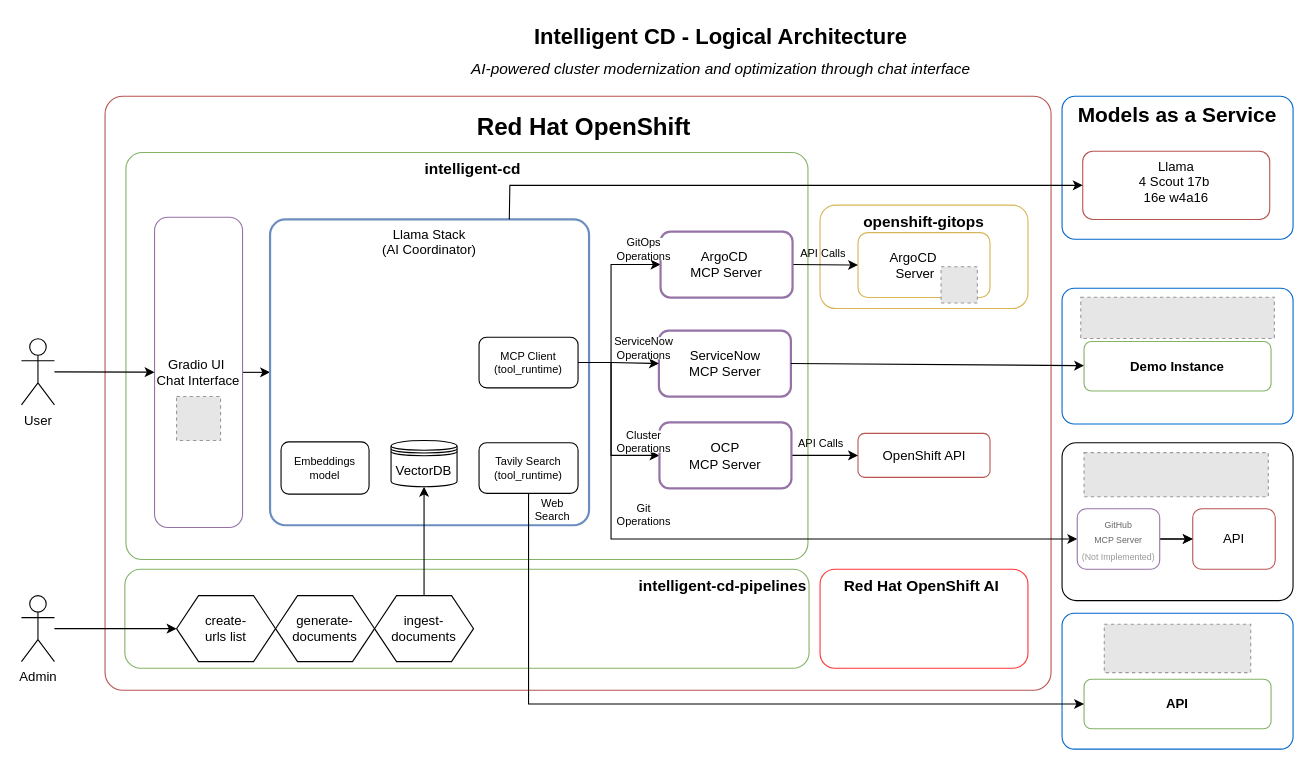
Before: architecture.drawio in alpha-hack-program/intelligent-cd-iberia, a draw.io diagram. Source tidied: cells renumbered, new cells numbered last; positions are measured from the earlier drawing's top-left corner, leaving out a move shared by most shapes. Both pictures are drawn from the tidied source at 110%, with x=0, y=0 at pixel (21, 19). Pictures stored in the file or linked from it are replaced by grey dashed boxes.
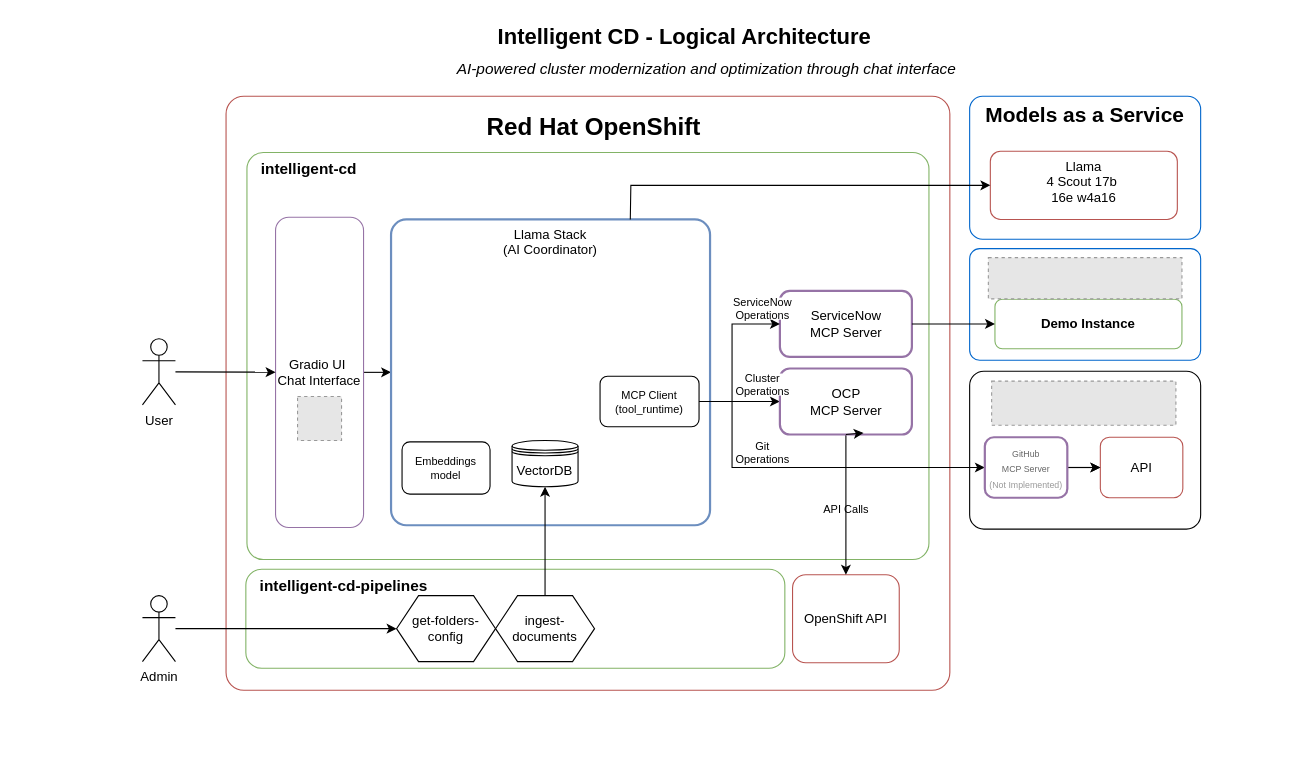
The same diagram, later.

Commit message (it also covers changes not shown here):
🎨 Simplify architecture for Demo delivery

What changed in the source:
```diff
@@
     <mxCell id="2" style="rounded=1;whiteSpace=wrap;html=1;fontSize=22;fontStyle=1;arcSize=9;verticalAlign=top;" parent="1" vertex="1">
-      <mxGeometry x="946" y="385" width="210" height="143.5" as="geometry" />
+      <mxGeometry x="862" y="320" width="210" height="143.5" as="geometry" />
     </mxCell>
     <mxCell id="3" value="Red Hat OpenShift" style="rounded=1;whiteSpace=wrap;html=1;fillColor=#ffffff;strokeColor=#b85450;fontSize=22;fontStyle=1;align=center;verticalAlign=top;spacingLeft=11;spacingTop=9;arcSize=3;" parent="1" vertex="1">
-      <mxGeometry x="76" y="70" width="860" height="540" as="geometry" />
+      <mxGeometry x="186" y="70" width="658" height="540" as="geometry" />
     </mxCell>
-    <mxCell id="4" value="intelligent-cd" style="rounded=1;whiteSpace=wrap;html=1;fillColor=#ffffff;strokeColor=#82b366;fontSize=14;fontStyle=1;align=center;verticalAlign=top;spacingLeft=11;arcSize=4;" parent="1" vertex="1">
-      <mxGeometry x="95" y="121.2" width="620" height="370" as="geometry" />
+    <mxCell id="4" value="intelligent-cd" style="rounded=1;whiteSpace=wrap;html=1;fillColor=#ffffff;strokeColor=#82b366;fontSize=14;fontStyle=1;align=left;verticalAlign=top;spacingLeft=11;arcSize=4;" parent="1" vertex="1">
+      <mxGeometry x="205" y="121.2" width="620" height="370" as="geometry" />
     </mxCell>
-    <mxCell id="5" value="openshift-gitops" style="rounded=1;whiteSpace=wrap;html=1;fillColor=#ffffff;strokeColor=#d6b656;fontSize=14;fontStyle=1;verticalAlign=top;" parent="1" vertex="1">
-      <mxGeometry x="726" y="169" width="189" height="94" as="geometry" />
-    </mxCell>
     <mxCell id="6" value="Models as a Service" style="rounded=1;whiteSpace=wrap;html=1;fillColor=#ffffff;strokeColor=#0066CC;fontSize=19;fontStyle=1;arcSize=9;verticalAlign=top;" parent="1" vertex="1">
-      <mxGeometry x="946" y="70" width="210" height="130" as="geometry" />
+      <mxGeometry x="862" y="70" width="210" height="130" as="geometry" />
     </mxCell>
@@
     <mxCell id="8" value="Gradio UI&amp;nbsp;&lt;div&gt;&lt;span style=&quot;background-color: transparent;&quot;&gt;Chat Interface&lt;/span&gt;&lt;/div&gt;" style="rounded=1;whiteSpace=wrap;html=1;fillColor=#ffffff;strokeColor=#9673a6;fontSize=12;" parent="1" vertex="1">
-      <mxGeometry x="121" y="180" width="80" height="282" as="geometry" />
+      <mxGeometry x="231" y="180" width="80" height="282" as="geometry" />
     </mxCell>
     <mxCell id="9" style="edgeStyle=elbowEdgeStyle;html=1;exitX=1;exitY=0.5;exitDx=0;exitDy=0;entryX=0;entryY=0.5;entryDx=0;entryDy=0;jumpStyle=line;rounded=0;curved=0;" parent="1" edge="1" source="50" target="26">
       <mxGeometry relative="1" as="geometry">
         <Array as="points">
-          <mxPoint x="536" y="420" />
+          <mxPoint x="646" y="420" />
         </Array>
       </mxGeometry>
     </mxCell>
     <mxCell id="10" value="Llama Stack&#10;(AI Coordinator)" style="rounded=1;whiteSpace=wrap;html=1;fillColor=light-dark(#FFFFFF,#3399FF);strokeColor=#6c8ebf;fontSize=12;verticalAlign=top;fillStyle=auto;gradientColor=none;strokeWidth=2;arcSize=5;" parent="1" vertex="1">
-      <mxGeometry x="226" y="182" width="290" height="278" as="geometry" />
+      <mxGeometry x="336" y="182" width="290" height="278" as="geometry" />
     </mxCell>
-    <mxCell id="11" value="ArgoCD&amp;nbsp; &amp;nbsp; &amp;nbsp;&amp;nbsp;&lt;div&gt;Server&amp;nbsp; &amp;nbsp; &amp;nbsp;&lt;/div&gt;" style="rounded=1;whiteSpace=wrap;html=1;fillColor=#ffffff;strokeColor=#d6b656;fontSize=12;" parent="1" vertex="1">
-      <mxGeometry x="760.5" y="194" width="120" height="59" as="geometry" />
-    </mxCell>
     <mxCell id="12" value="API" style="rounded=1;whiteSpace=wrap;html=1;fillColor=#ffffff;strokeColor=#b85450;fontSize=12;" parent="1" vertex="1">
-      <mxGeometry x="1064.8" y="445" width="75" height="55" as="geometry" />
+      <mxGeometry x="980.8" y="380" width="75" height="55" as="geometry" />
     </mxCell>
     <mxCell id="13" value="OpenShift API" style="rounded=1;whiteSpace=wrap;html=1;fillColor=#ffffff;strokeColor=#b85450;fontSize=12;" parent="1" vertex="1">
-      <mxGeometry x="760.5" y="376.5" width="120" height="40" as="geometry" />
+      <mxGeometry x="701" y="505" width="97" height="80" as="geometry" />
     </mxCell>
-    <mxCell id="14" style="endArrow=classic;html=1;rounded=0;exitX=1;exitY=0.5;exitDx=0;exitDy=0;entryX=0;entryY=0.5;entryDx=0;entryDy=0;edgeStyle=elbowEdgeStyle;" parent="1" edge="1" source="50" target="21">
-      <mxGeometry relative="1" as="geometry">
-        <Array as="points">
-          <mxPoint x="536" y="300" />
-        </Array>
-      </mxGeometry>
-    </mxCell>
@@
-    <mxCell id="16" style="endArrow=classic;html=1;rounded=0;exitX=1;exitY=0.5;exitDx=0;exitDy=0;entryX=0;entryY=0.5;entryDx=0;entryDy=0;" parent="1" edge="1" source="29" target="13">
+    <mxCell id="16" style="endArrow=classic;html=1;rounded=0;exitX=0.5;exitY=1;exitDx=0;exitDy=0;entryX=0.5;entryY=0;entryDx=0;entryDy=0;" parent="1" edge="1" source="29" target="13">
       <mxGeometry relative="1" as="geometry" />
     </mxCell>
     <mxCell id="17" value="API Calls" style="text;html=1;strokeColor=none;fillColor=none;align=center;verticalAlign=middle;whiteSpace=wrap;rounded=0;fontSize=10;" parent="1" vertex="1">
-      <mxGeometry x="686.5" y="375" width="80" height="20" as="geometry" />
+      <mxGeometry x="709.5" y="435" width="80" height="20" as="geometry" />
     </mxCell>
     <mxCell id="18" value="Intelligent CD - Logical Architecture" style="text;html=1;strokeColor=none;fillColor=none;align=center;verticalAlign=middle;whiteSpace=wrap;rounded=0;fontSize=20;fontStyle=1;" parent="1" vertex="1">
-      <mxGeometry x="436" width="400" height="30" as="geometry" />
+      <mxGeometry x="403" width="400" height="30" as="geometry" />
     </mxCell>
     <mxCell id="19" value="AI-powered cluster modernization and optimization through chat interface" style="text;html=1;strokeColor=none;fillColor=none;align=center;verticalAlign=middle;whiteSpace=wrap;rounded=0;fontSize=14;fontStyle=2;" parent="1" vertex="1">
-      <mxGeometry x="336" y="30" width="600" height="30" as="geometry" />
+      <mxGeometry x="322.8" y="30" width="600" height="30" as="geometry" />
     </mxCell>
-    <mxCell id="20" style="edgeStyle=none;html=1;exitX=1;exitY=0.5;exitDx=0;exitDy=0;entryX=0;entryY=0.5;entryDx=0;entryDy=0;" parent="1" edge="1" source="21" target="11">
-      <mxGeometry relative="1" as="geometry" />
-    </mxCell>
-    <mxCell id="21" value="&lt;span style=&quot;color: rgb(0, 0, 0);&quot;&gt;ArgoCD&amp;nbsp;&lt;/span&gt;&lt;div&gt;&lt;span style=&quot;color: rgb(0, 0, 0);&quot;&gt;MCP Server&lt;/span&gt;&lt;/div&gt;" style="rounded=1;whiteSpace=wrap;html=1;fillColor=#ffffff;strokeColor=#9673a6;fontSize=12;strokeWidth=2;" parent="1" vertex="1">
-      <mxGeometry x="581" y="193" width="120" height="60" as="geometry" />
-    </mxCell>
-    <mxCell id="22" value="API Calls" style="text;html=1;strokeColor=none;fillColor=none;align=center;verticalAlign=middle;whiteSpace=wrap;rounded=0;fontSize=10;" parent="1" vertex="1">
-      <mxGeometry x="688.5" y="203" width="80" height="20" as="geometry" />
-    </mxCell>
@@
     <mxCell id="24" value="User" style="shape=umlActor;verticalLabelPosition=bottom;verticalAlign=top;html=1;outlineConnect=0;" parent="1" vertex="1">
-      <mxGeometry y="290.5" width="30" height="60" as="geometry" />
+      <mxGeometry x="110" y="290.5" width="30" height="60" as="geometry" />
     </mxCell>
@@
-    <mxCell id="26" value="&lt;div&gt;&lt;span style=&quot;color: rgb(102, 102, 102);&quot;&gt;&lt;font style=&quot;font-size: 8px;&quot;&gt;GitHub&lt;/font&gt;&lt;/span&gt;&lt;div&gt;&lt;span style=&quot;color: rgb(102, 102, 102);&quot;&gt;&lt;font style=&quot;font-size: 8px;&quot;&gt;MCP Server&lt;/font&gt;&lt;/span&gt;&lt;/div&gt;&lt;div&gt;&lt;span style=&quot;color: rgb(153, 153, 153);&quot;&gt;&lt;font style=&quot;font-size: 8px;&quot;&gt;(Not Implemented)&lt;/font&gt;&lt;/span&gt;&lt;/div&gt;&lt;/div&gt;" style="rounded=1;whiteSpace=wrap;html=1;fontSize=12;fillColor=#FFFFFF;strokeColor=#9673a6;" parent="1" vertex="1">
-      <mxGeometry x="959.8" y="445" width="75" height="55" as="geometry" />
+    <mxCell id="26" value="&lt;div&gt;&lt;span style=&quot;color: rgb(102, 102, 102);&quot;&gt;&lt;font style=&quot;font-size: 8px;&quot;&gt;GitHub&lt;/font&gt;&lt;/span&gt;&lt;div&gt;&lt;span style=&quot;color: rgb(102, 102, 102);&quot;&gt;&lt;font style=&quot;font-size: 8px;&quot;&gt;MCP Server&lt;/font&gt;&lt;/span&gt;&lt;/div&gt;&lt;div&gt;&lt;span style=&quot;color: rgb(153, 153, 153);&quot;&gt;&lt;font style=&quot;font-size: 8px;&quot;&gt;(Not Implemented)&lt;/font&gt;&lt;/span&gt;&lt;/div&gt;&lt;/div&gt;" style="rounded=1;whiteSpace=wrap;html=1;fontSize=12;fillColor=#FFFFFF;strokeColor=#9673a6;strokeWidth=2;" parent="1" vertex="1">
+      <mxGeometry x="875.8" y="380" width="75" height="55" as="geometry" />
     </mxCell>
     <mxCell id="27" value="VectorDB" style="shape=datastore;whiteSpace=wrap;html=1;" parent="1" vertex="1">
-      <mxGeometry x="336" y="383" width="60" height="42" as="geometry" />
+      <mxGeometry x="446" y="383" width="60" height="42" as="geometry" />
     </mxCell>
     <mxCell id="28" style="edgeStyle=elbowEdgeStyle;html=1;exitX=1;exitY=0.5;exitDx=0;exitDy=0;entryX=0;entryY=0.5;entryDx=0;entryDy=0;rounded=0;curved=0;" parent="1" edge="1" source="50" target="29">
       <mxGeometry relative="1" as="geometry">
         <Array as="points">
-          <mxPoint x="536" y="370" />
+          <mxPoint x="646" y="370" />
         </Array>
       </mxGeometry>
     </mxCell>
     <mxCell id="29" value="&lt;div&gt;&lt;span style=&quot;color: rgb(0, 0, 0);&quot;&gt;OCP&lt;/span&gt;&lt;/div&gt;&lt;div&gt;&lt;span style=&quot;color: rgb(0, 0, 0);&quot;&gt;MCP Server&lt;/span&gt;&lt;/div&gt;" style="rounded=1;whiteSpace=wrap;html=1;fillColor=#ffffff;strokeColor=#9673a6;fontSize=12;strokeWidth=2;" parent="1" vertex="1">
-      <mxGeometry x="580" y="366.5" width="120" height="60" as="geometry" />
+      <mxGeometry x="689.5" y="317.5" width="120" height="60" as="geometry" />
     </mxCell>
     <mxCell id="30" value="&lt;div style=&quot;&quot;&gt;&lt;span style=&quot;background-color: transparent;&quot;&gt;Llama&lt;/span&gt;&lt;/div&gt;&lt;div style=&quot;&quot;&gt;&lt;span style=&quot;background-color: transparent;&quot;&gt;4 Scout 17b&amp;nbsp;&lt;/span&gt;&lt;/div&gt;&lt;div style=&quot;&quot;&gt;&lt;span style=&quot;background-color: transparent;&quot;&gt;16e w4a16&lt;/span&gt;&lt;/div&gt;" style="rounded=1;whiteSpace=wrap;html=1;fillColor=#ffffff;strokeColor=#b85450;fontSize=12;align=center;verticalAlign=top;" parent="1" vertex="1">
-      <mxGeometry x="964.8" y="120" width="170" height="62" as="geometry" />
+      <mxGeometry x="880.8" y="120" width="170" height="62" as="geometry" />
     </mxCell>
     <mxCell id="31" style="endArrow=classic;html=1;rounded=0;exitX=0.75;exitY=0;exitDx=0;exitDy=0;entryX=0;entryY=0.5;entryDx=0;entryDy=0;edgeStyle=elbowEdgeStyle;" parent="1" edge="1" source="10" target="30">
       <mxGeometry relative="1" as="geometry">
         <Array as="points">
-          <mxPoint x="444" y="170" />
+          <mxPoint x="554" y="170" />
         </Array>
       </mxGeometry>
     </mxCell>
     <mxCell id="32" value="Admin" style="shape=umlActor;verticalLabelPosition=bottom;verticalAlign=top;html=1;outlineConnect=0;" parent="1" vertex="1">
-      <mxGeometry y="524" width="30" height="60" as="geometry" />
+      <mxGeometry x="110" y="524" width="30" height="60" as="geometry" />
     </mxCell>
-    <mxCell id="33" value="&lt;span style=&quot;color: rgb(0, 0, 0);&quot;&gt;Red Hat OpenShift AI&amp;nbsp;&lt;/span&gt;" style="rounded=1;whiteSpace=wrap;html=1;fillColor=none;strokeColor=#FF3333;fontSize=14;fontStyle=1;verticalAlign=top;" parent="1" vertex="1">
-      <mxGeometry x="726" y="500" width="189" height="90" as="geometry" />
-    </mxCell>
-    <mxCell id="34" value="intelligent-cd-pipelines" style="rounded=1;whiteSpace=wrap;html=1;fillColor=#ffffff;strokeColor=#82b366;fontSize=14;fontStyle=1;align=right;verticalAlign=top;spacingLeft=11;arcSize=16;" parent="1" vertex="1">
-      <mxGeometry x="94" y="500" width="622" height="90" as="geometry" />
+    <mxCell id="34" value="intelligent-cd-pipelines" style="rounded=1;whiteSpace=wrap;html=1;fillColor=#ffffff;strokeColor=#82b366;fontSize=14;fontStyle=1;align=left;verticalAlign=top;spacingLeft=11;arcSize=16;" parent="1" vertex="1">
+      <mxGeometry x="204" y="500" width="490" height="90" as="geometry" />
     </mxCell>
-    <mxCell id="35" style="edgeStyle=none;html=1;entryX=0;entryY=0.5;entryDx=0;entryDy=0;" parent="1" edge="1" source="32" target="37">
+    <mxCell id="35" style="edgeStyle=none;html=1;entryX=0;entryY=0.5;entryDx=0;entryDy=0;" parent="1" edge="1" source="32" target="38">
       <mxGeometry relative="1" as="geometry" />
     </mxCell>
@@
-    <mxCell id="37" value="create-&lt;div&gt;urls&amp;nbsp;&lt;span style=&quot;background-color: transparent;&quot;&gt;list&lt;/span&gt;&lt;/div&gt;" style="shape=hexagon;perimeter=hexagonPerimeter2;whiteSpace=wrap;html=1;fixedSize=1;" parent="1" vertex="1">
-      <mxGeometry x="141" y="524" width="90" height="60" as="geometry" />
-    </mxCell>
-    <mxCell id="38" value="generate-&lt;div&gt;documents&lt;/div&gt;" style="shape=hexagon;perimeter=hexagonPerimeter2;whiteSpace=wrap;html=1;fixedSize=1;" parent="1" vertex="1">
-      <mxGeometry x="231" y="524" width="90" height="60" as="geometry" />
+    <mxCell id="38" value="get-folders-&lt;div&gt;config&lt;/div&gt;" style="shape=hexagon;perimeter=hexagonPerimeter2;whiteSpace=wrap;html=1;fixedSize=1;" parent="1" vertex="1">
+      <mxGeometry x="341" y="524" width="90" height="60" as="geometry" />
     </mxCell>
     <mxCell id="39" value="ingest-&lt;div&gt;documents&lt;/div&gt;" style="shape=hexagon;perimeter=hexagonPerimeter2;whiteSpace=wrap;html=1;fixedSize=1;" parent="1" vertex="1">
-      <mxGeometry x="321" y="524" width="90" height="60" as="geometry" />
+      <mxGeometry x="431" y="524" width="90" height="60" as="geometry" />
     </mxCell>
     <mxCell id="40" value="&lt;div&gt;Embeddings&lt;/div&gt;&lt;div&gt;model&lt;/div&gt;" style="rounded=1;whiteSpace=wrap;html=1;fillColor=#ffffff;strokeColor=#000000;fontSize=10;align=center;verticalAlign=middle;" parent="1" vertex="1">
-      <mxGeometry x="236" y="384.2" width="80" height="47.5" as="geometry" />
+      <mxGeometry x="346" y="384.2" width="80" height="47.5" as="geometry" />
     </mxCell>
     <mxCell id="41" style="rounded=1;whiteSpace=wrap;html=1;fillColor=#ffffff;strokeColor=#0066CC;fontSize=22;fontStyle=1;arcSize=9;verticalAlign=top;" parent="1" vertex="1">
-      <mxGeometry x="946" y="244.5" width="210" height="123.5" as="geometry" />
+      <mxGeometry x="862" y="208.5" width="210" height="101.5" as="geometry" />
     </mxCell>
     <mxCell id="42" value="&lt;div style=&quot;&quot;&gt;Demo Instance&lt;br&gt;&lt;/div&gt;" style="rounded=1;whiteSpace=wrap;html=1;fillColor=none;strokeColor=#82b366;fontSize=12;align=center;verticalAlign=middle;fontStyle=1;fontFamily=Helvetica;" parent="1" vertex="1">
-      <mxGeometry x="966" y="293" width="170" height="45" as="geometry" />
+      <mxGeometry x="885" y="254.5" width="170" height="45" as="geometry" />
     </mxCell>
     <mxCell id="43" value="&lt;div&gt;&lt;span style=&quot;color: rgb(0, 0, 0);&quot;&gt;ServiceNow&lt;/span&gt;&lt;/div&gt;&lt;div&gt;&lt;span style=&quot;color: rgb(0, 0, 0);&quot;&gt;MCP Server&lt;br&gt;&lt;/span&gt;&lt;/div&gt;" style="rounded=1;whiteSpace=wrap;html=1;fillColor=none;strokeColor=#9673a6;fontSize=12;align=center;verticalAlign=middle;fontFamily=Helvetica;fontStyle=0;strokeWidth=2;" parent="1" vertex="1">
-      <mxGeometry x="579.5" y="283" width="120" height="60" as="geometry" />
+      <mxGeometry x="689.5" y="247" width="120" height="60" as="geometry" />
     </mxCell>
     <mxCell id="44" style="edgeStyle=elbowEdgeStyle;html=1;exitX=1;exitY=0.5;exitDx=0;exitDy=0;entryX=0;entryY=0.5;entryDx=0;entryDy=0;rounded=0;curved=0;" parent="1" edge="1" source="50" target="43">
       <mxGeometry relative="1" as="geometry">
         <Array as="points">
-          <mxPoint x="536" y="340" />
+          <mxPoint x="646" y="340" />
         </Array>
       </mxGeometry>
     </mxCell>
@@
-    <mxCell id="46" style="fillColor=#E6E6E6;strokeColor=#999999;dashed=1;verticalLabelPosition=bottom;labelBackgroundColor=default;verticalAlign=top;" parent="1" vertex="1">
-      <mxGeometry x="836" y="225" width="33" height="33" as="geometry" />
-    </mxCell>
+    <mxCell id="61" style="edgeStyle=none;html=1;" parent="1" edge="1">
+      <mxGeometry relative="1" as="geometry">
+        <mxPoint x="852.5" y="145" as="targetPoint" />
+      </mxGeometry>
+    </mxCell>
     <mxCell id="47" style="fillColor=#E6E6E6;strokeColor=#999999;dashed=1;verticalLabelPosition=bottom;labelBackgroundColor=default;verticalAlign=top;" parent="1" vertex="1">
-      <mxGeometry x="141" y="343" width="40" height="40" as="geometry" />
+      <mxGeometry x="251" y="343" width="40" height="40" as="geometry" />
     </mxCell>
     <mxCell id="48" style="fillColor=#E6E6E6;strokeColor=#999999;dashed=1;verticalLabelPosition=bottom;labelBackgroundColor=default;verticalAlign=top;" parent="1" vertex="1">
-      <mxGeometry x="966" y="394" width="167.5" height="40.1" as="geometry" />
+      <mxGeometry x="882" y="329" width="167.5" height="40.1" as="geometry" />
     </mxCell>
     <mxCell id="49" style="fillColor=#E6E6E6;strokeColor=#999999;dashed=1;verticalLabelPosition=bottom;labelBackgroundColor=default;verticalAlign=top;" parent="1" vertex="1">
-      <mxGeometry x="963" y="252.7" width="176" height="37.5" as="geometry" />
+      <mxGeometry x="879" y="216.7" width="176" height="37.5" as="geometry" />
     </mxCell>
     <mxCell id="50" value="MCP Client&lt;br&gt;(tool_runtime)" style="rounded=1;whiteSpace=wrap;html=1;fillColor=#ffffff;strokeColor=#000000;fontSize=10;align=center;verticalAlign=middle;" parent="1" vertex="1">
-      <mxGeometry x="416" y="289.1" width="90" height="46" as="geometry" />
+      <mxGeometry x="526" y="324.5" width="90" height="46" as="geometry" />
     </mxCell>
-    <mxCell id="51" style="rounded=1;whiteSpace=wrap;html=1;fillColor=#ffffff;strokeColor=#0066CC;fontSize=22;fontStyle=1;arcSize=9;verticalAlign=top;" parent="1" vertex="1">
-      <mxGeometry x="946" y="540" width="210" height="123.5" as="geometry" />
-    </mxCell>
-    <mxCell id="52" value="&lt;div style=&quot;&quot;&gt;API&lt;br&gt;&lt;/div&gt;" style="rounded=1;whiteSpace=wrap;html=1;fillColor=none;strokeColor=#82b366;fontSize=12;align=center;verticalAlign=middle;fontStyle=1;fontFamily=Helvetica;" parent="1" vertex="1">
-      <mxGeometry x="966" y="600" width="170" height="45" as="geometry" />
-    </mxCell>
-    <mxCell id="53" style="fillColor=#E6E6E6;strokeColor=#999999;dashed=1;verticalLabelPosition=bottom;labelBackgroundColor=default;verticalAlign=top;" parent="1" vertex="1">
-      <mxGeometry x="984.4" y="550" width="133.1" height="44" as="geometry" />
-    </mxCell>
-    <mxCell id="54" value="GitOps Operations" style="text;html=1;align=center;verticalAlign=middle;whiteSpace=wrap;rounded=0;fontSize=10;fillColor=default;" parent="1" vertex="1">
-      <mxGeometry x="541" y="198.9" width="50" height="20" as="geometry" />
-    </mxCell>
     <mxCell id="55" value="Git&lt;div&gt;Operations&lt;/div&gt;" style="text;html=1;align=center;verticalAlign=middle;whiteSpace=wrap;rounded=0;fontSize=10;fillColor=default;" parent="1" vertex="1">
-      <mxGeometry x="541" y="440" width="50" height="20" as="geometry" />
+      <mxGeometry x="649" y="384" width="50" height="20" as="geometry" />
     </mxCell>
     <mxCell id="56" value="ServiceNow Operations" style="text;html=1;align=center;verticalAlign=middle;whiteSpace=wrap;rounded=0;fontSize=10;fillColor=default;" parent="1" vertex="1">
-      <mxGeometry x="541" y="289.1" width="50" height="20" as="geometry" />
+      <mxGeometry x="649" y="253.1" width="50" height="20" as="geometry" />
     </mxCell>
     <mxCell id="57" value="Cluster Operations" style="text;html=1;align=center;verticalAlign=middle;whiteSpace=wrap;rounded=0;fontSize=10;fillColor=default;" parent="1" vertex="1">
-      <mxGeometry x="541" y="373.9" width="50" height="20" as="geometry" />
+      <mxGeometry x="649" y="322.1" width="50" height="20" as="geometry" />
     </mxCell>
-    <mxCell id="58" style="edgeStyle=elbowEdgeStyle;html=1;entryX=0;entryY=0.5;entryDx=0;entryDy=0;jumpStyle=line;rounded=0;curved=0;exitX=0.5;exitY=1;exitDx=0;exitDy=0;" parent="1" edge="1" source="60" target="52">
-      <mxGeometry relative="1" as="geometry">
-        <Array as="points">
-          <mxPoint x="461" y="520" />
-        </Array>
-      </mxGeometry>
-    </mxCell>
-    <mxCell id="59" value="Web Search" style="text;html=1;align=center;verticalAlign=middle;whiteSpace=wrap;rounded=0;fontSize=10;fillColor=default;" parent="1" vertex="1">
-      <mxGeometry x="462" y="436" width="42" height="20" as="geometry" />
-    </mxCell>
-    <mxCell id="60" value="Tavily Search&lt;div&gt;&lt;span style=&quot;color: rgb(0, 0, 0);&quot;&gt;(tool_runtime)&lt;/span&gt;&lt;/div&gt;" style="rounded=1;whiteSpace=wrap;html=1;fillColor=#ffffff;strokeColor=#000000;fontSize=10;align=center;verticalAlign=middle;" parent="1" vertex="1">
-      <mxGeometry x="416" y="385" width="90" height="46" as="geometry" />
-    </mxCell>
+    <mxCell id="62" style="edgeStyle=none;html=1;exitX=0.5;exitY=1;exitDx=0;exitDy=0;entryX=0.634;entryY=0.977;entryDx=0;entryDy=0;entryPerimeter=0;" parent="1" edge="1" source="29" target="29">
+      <mxGeometry relative="1" as="geometry" />
+    </mxCell>
```
